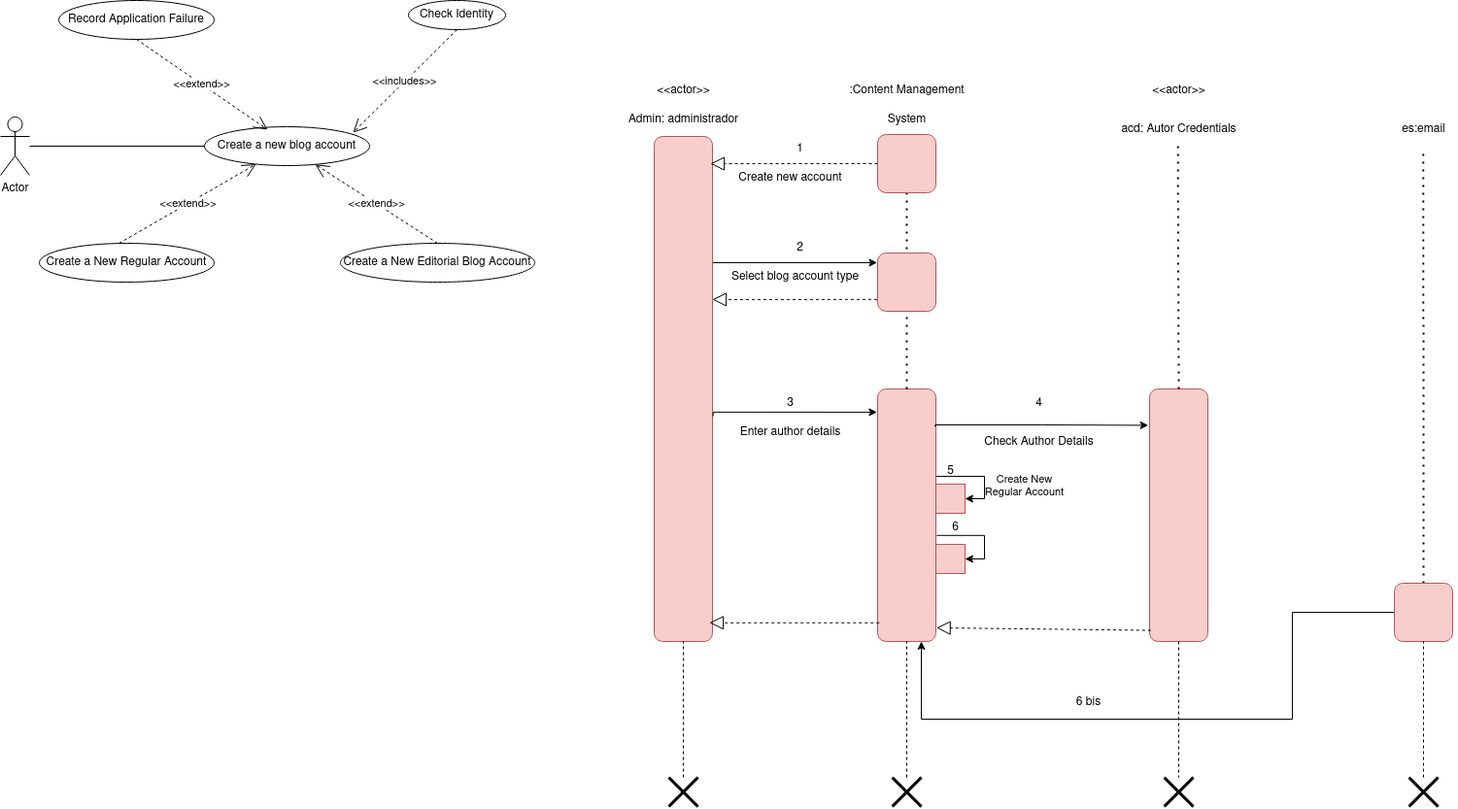
Above: blog/blog.drawio.png in RafaelMayor/ETS (draw.io), before the change. Source tidied: cells renumbered, new cells last; positions are measured from the earlier drawing's top-left corner, leaving out a move shared by most shapes.
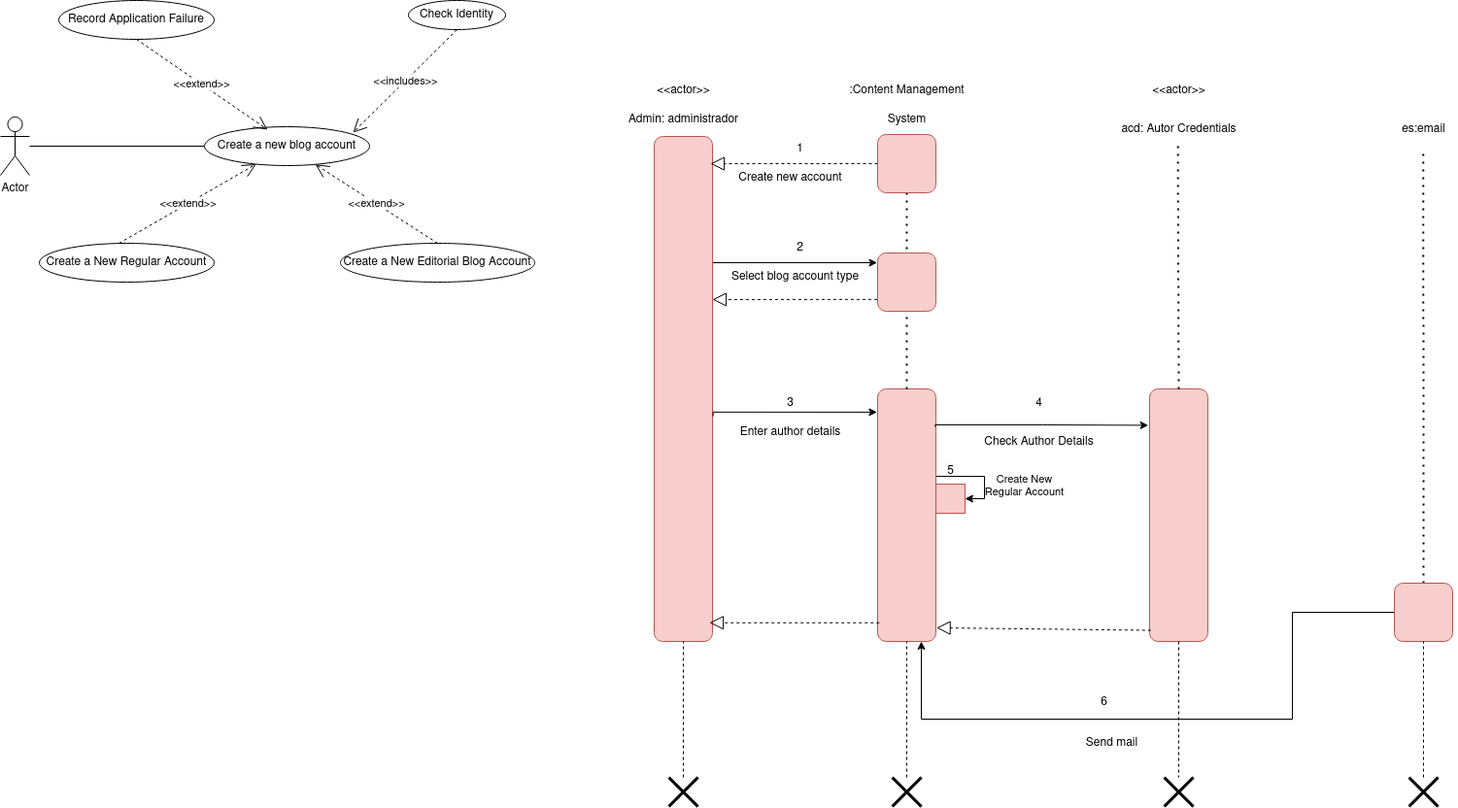
After the commit.

Change to the diagram source:
```diff
@@ -95,14 +95,6 @@
         </Array>
       </mxGeometry>
     </mxCell>
-    <mxCell id="29" style="edgeStyle=orthogonalEdgeStyle;rounded=0;jettySize=auto;html=1;entryX=1;entryY=0.5;entryDx=0;entryDy=0;exitX=0.58;exitY=-0.015;exitDx=0;exitDy=0;exitPerimeter=0;" parent="1" edge="1" source="30" target="43">
-      <mxGeometry relative="1" as="geometry">
-        <Array as="points">
-          <mxPoint x="1013" y="551" />
-          <mxPoint x="1013" y="575" />
-        </Array>
-      </mxGeometry>
-    </mxCell>
     <mxCell id="30" style="rounded=1;whiteSpace=wrap;html=1;rotation=90;fillColor=#f8cecc;strokeColor=#b85450;" parent="1" vertex="1">
       <mxGeometry x="803" y="500" width="260" height="60" as="geometry" />
     </mxCell>
@@ -151,12 +143,6 @@
     <mxCell id="42" style="whiteSpace=wrap;html=1;fillColor=#f8cecc;strokeColor=#b85450;" parent="1" vertex="1">
       <mxGeometry x="963" y="498" width="30" height="30" as="geometry" />
     </mxCell>
-    <mxCell id="43" style="whiteSpace=wrap;html=1;fillColor=#f8cecc;strokeColor=#b85450;" parent="1" vertex="1">
-      <mxGeometry x="963" y="560" width="30" height="30" as="geometry" />
-    </mxCell>
-    <mxCell id="44" value="6" style="text;html=1;align=center;verticalAlign=middle;strokeColor=none;fillColor=none;" parent="1" vertex="1">
-      <mxGeometry x="968" y="528" width="30" height="30" as="geometry" />
-    </mxCell>
     <mxCell id="45" value="&amp;lt;&amp;lt;actor&amp;gt;&amp;gt;" style="text;html=1;align=center;verticalAlign=middle;strokeColor=none;fillColor=none;" parent="1" vertex="1">
       <mxGeometry x="1173" y="78" width="80" height="30" as="geometry" />
     </mxCell>
@@ -187,8 +173,8 @@
     <mxCell id="52" style="endArrow=block;dashed=1;endFill=0;endSize=12;html=1;rounded=0;exitX=0.926;exitY=0.971;exitDx=0;exitDy=0;exitPerimeter=0;entryX=0.963;entryY=0.05;entryDx=0;entryDy=0;entryPerimeter=0;" parent="1" edge="1" source="30" target="16">
       <mxGeometry relative="1" as="geometry" />
     </mxCell>
-    <mxCell id="53" value="6 bis" style="text;html=1;align=center;verticalAlign=middle;strokeColor=none;fillColor=none;" parent="1" vertex="1">
-      <mxGeometry x="1095" y="708" width="50" height="30" as="geometry" />
+    <mxCell id="53" value="6" style="text;html=1;align=center;verticalAlign=middle;strokeColor=none;fillColor=none;" parent="1" vertex="1">
+      <mxGeometry x="1121" y="708" width="30" height="30" as="geometry" />
     </mxCell>
     <mxCell id="54" style="shape=umlDestroy;whiteSpace=wrap;html=1;strokeWidth=3;targetShapes=umlLifeline;" parent="1" vertex="1">
       <mxGeometry x="688" y="800" width="30" height="30" as="geometry" />
@@ -214,5 +200,8 @@
     <mxCell id="61" style="endArrow=none;dashed=1;html=1;rounded=0;entryX=1;entryY=0.5;entryDx=0;entryDy=0;" parent="1" edge="1" source="58" target="30">
       <mxGeometry relative="1" as="geometry" />
     </mxCell>
+    <mxCell id="62" value="Send mail" style="text;html=1;align=center;verticalAlign=middle;strokeColor=none;fillColor=none;" parent="1" vertex="1">
+      <mxGeometry x="1104" y="750" width="80" height="30" as="geometry" />
+    </mxCell>
   </root>
 </mxGraphModel>
```
